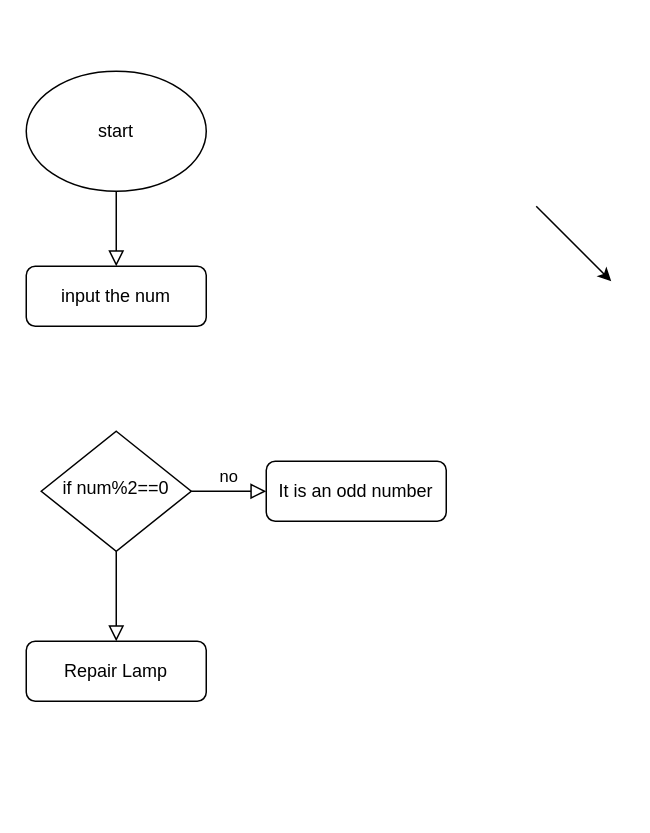
RipXUzoth/Python-L1 keeps this draw.io diagram as Untitled Diagram.drawio. Above is the earlier version. Source tidied: cells renumbered, new cells numbered last; positions are measured from the earlier drawing's top-left corner, leaving out a move shared by most shapes. Both pictures are drawn from the tidied source at 150%, with x=0, y=0 at pixel (26, 70).
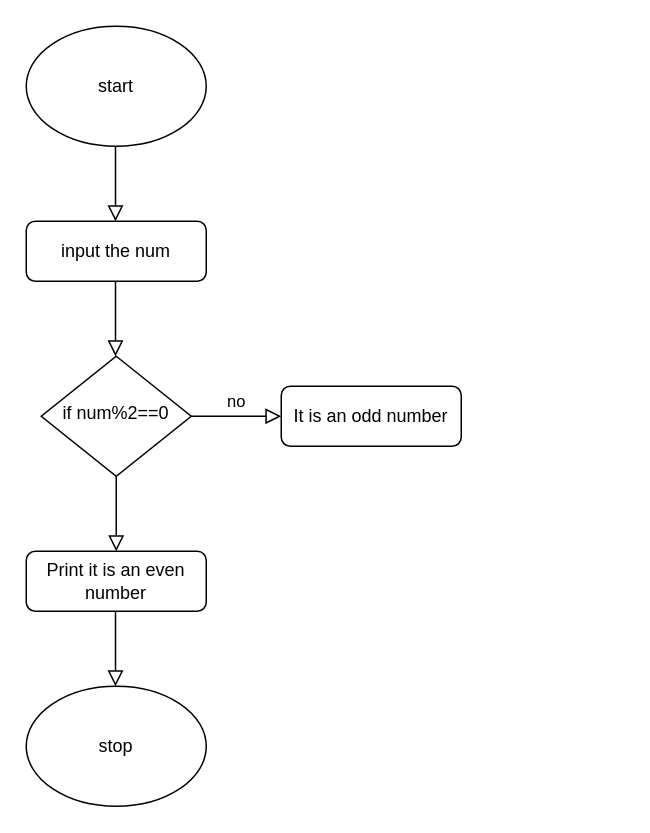
The same diagram, later.

Diff of the diagram source:
```diff
@@
 <mxGraphModel>
   <root>
     <mxCell id="0" />
     <mxCell id="1" parent="0" />
     <mxCell id="2" style="rounded=0;html=1;jettySize=auto;orthogonalLoop=1;fontSize=11;endArrow=block;endFill=0;endSize=8;strokeWidth=1;shadow=0;labelBackgroundColor=none;edgeStyle=orthogonalEdgeStyle;" parent="1" edge="1">
       <mxGeometry relative="1" as="geometry">
-        <mxPoint x="60" y="80" as="sourcePoint" />
-        <mxPoint x="60" y="130" as="targetPoint" />
+        <mxPoint x="59.5" y="50" as="sourcePoint" />
+        <mxPoint x="59.5" y="100" as="targetPoint" />
       </mxGeometry>
     </mxCell>
     <mxCell id="3" value="input the num" style="rounded=1;whiteSpace=wrap;html=1;fontSize=12;glass=0;strokeWidth=1;shadow=0;" parent="1" vertex="1">
-      <mxGeometry y="130" width="120" height="40" as="geometry" />
+      <mxGeometry y="100" width="120" height="40" as="geometry" />
     </mxCell>
     <mxCell id="4" style="rounded=0;html=1;jettySize=auto;fontSize=11;endArrow=block;endFill=0;endSize=8;strokeWidth=1;shadow=0;labelBackgroundColor=none;edgeStyle=orthogonalEdgeStyle;" parent="1" edge="1" source="6" target="7">
       <mxGeometry x="0.33" y="20" relative="1" as="geometry" />
     </mxCell>
     <mxCell id="5" value="no" style="edgeStyle=orthogonalEdgeStyle;rounded=0;html=1;jettySize=auto;fontSize=11;endArrow=block;endFill=0;endSize=8;strokeWidth=1;shadow=0;labelBackgroundColor=none;" parent="1" edge="1" source="6" target="8">
       <mxGeometry y="10" relative="1" as="geometry" />
     </mxCell>
     <mxCell id="6" value="if num%2==0" style="rhombus;whiteSpace=wrap;html=1;shadow=0;fontFamily=Helvetica;fontSize=12;align=center;strokeWidth=1;spacing=6;spacingTop=-4;" parent="1" vertex="1">
-      <mxGeometry x="10" y="240" width="100" height="80" as="geometry" />
+      <mxGeometry x="10" y="190" width="100" height="80" as="geometry" />
     </mxCell>
-    <mxCell id="7" value="Repair Lamp" style="rounded=1;whiteSpace=wrap;html=1;fontSize=12;glass=0;strokeWidth=1;shadow=0;" parent="1" vertex="1">
-      <mxGeometry y="380" width="120" height="40" as="geometry" />
+    <mxCell id="7" value="Print it is an even number" style="rounded=1;whiteSpace=wrap;html=1;fontSize=12;glass=0;strokeWidth=1;shadow=0;" parent="1" vertex="1">
+      <mxGeometry y="320" width="120" height="40" as="geometry" />
     </mxCell>
     <mxCell id="8" value="It is an odd number" style="rounded=1;whiteSpace=wrap;html=1;fontSize=12;glass=0;strokeWidth=1;shadow=0;" parent="1" vertex="1">
-      <mxGeometry x="160" y="260" width="120" height="40" as="geometry" />
+      <mxGeometry x="170" y="210" width="120" height="40" as="geometry" />
     </mxCell>
     <mxCell id="9" value="start" style="ellipse;whiteSpace=wrap;html=1;" parent="1" vertex="1">
-      <mxGeometry width="120" height="80" as="geometry" />
+      <mxGeometry y="-30" width="120" height="80" as="geometry" />
     </mxCell>
-    <mxCell id="10" style="endArrow=classic;html=1;rounded=0;" parent="1" edge="1">
-      <mxGeometry relative="1" as="geometry">
-        <mxPoint x="340" y="90" as="sourcePoint" />
-        <mxPoint x="390" y="140" as="targetPoint" />
-      </mxGeometry>
-    </mxCell>
+    <mxCell id="11" value="stop" style="ellipse;whiteSpace=wrap;html=1;" parent="1" vertex="1">
+      <mxGeometry y="410" width="120" height="80" as="geometry" />
+    </mxCell>
+    <mxCell id="12" style="rounded=0;html=1;jettySize=auto;orthogonalLoop=1;fontSize=11;endArrow=block;endFill=0;endSize=8;strokeWidth=1;shadow=0;labelBackgroundColor=none;edgeStyle=orthogonalEdgeStyle;" parent="1" edge="1">
+      <mxGeometry relative="1" as="geometry">
+        <mxPoint x="59.5" y="360" as="sourcePoint" />
+        <mxPoint x="59.5" y="410" as="targetPoint" />
+      </mxGeometry>
+    </mxCell>
+    <mxCell id="13" style="rounded=0;html=1;jettySize=auto;orthogonalLoop=1;fontSize=11;endArrow=block;endFill=0;endSize=8;strokeWidth=1;shadow=0;labelBackgroundColor=none;edgeStyle=orthogonalEdgeStyle;" parent="1" edge="1">
+      <mxGeometry relative="1" as="geometry">
+        <mxPoint x="59.5" y="140" as="sourcePoint" />
+        <mxPoint x="59.5" y="190" as="targetPoint" />
+        <Array as="points">
+          <mxPoint x="59.5" y="160" />
+          <mxPoint x="59.5" y="160" />
+        </Array>
+      </mxGeometry>
+    </mxCell>
   </root>
 </mxGraphModel>
```
